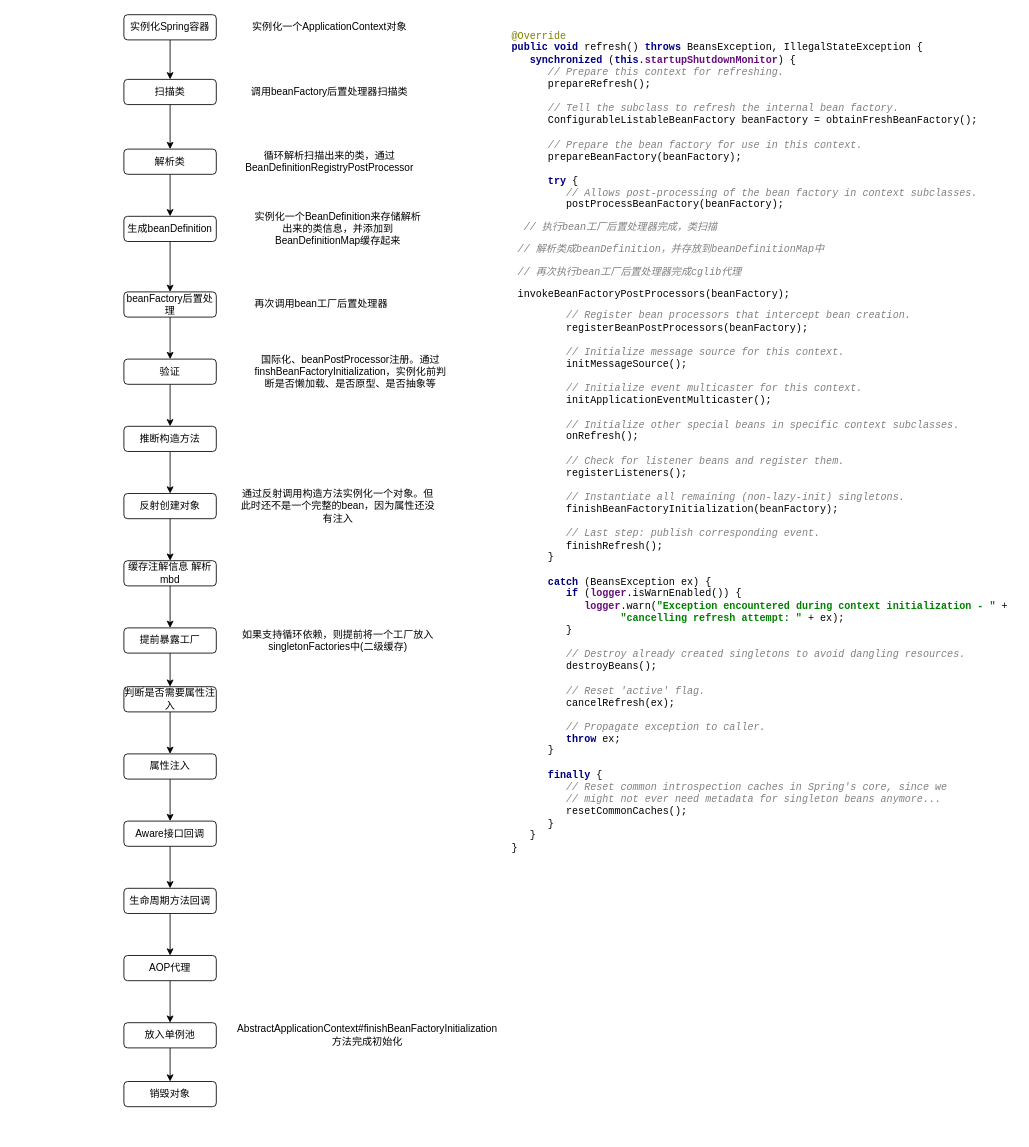
Above: page "循环依赖" (1 of 2) of Spring.drawio in vvhard/draw_io (draw.io), before the change. Source tidied: cells renumbered, new cells numbered last; positions are measured from the earlier drawing's top-left corner, leaving out a move shared by most shapes. Both pictures are drawn from the tidied source at 84%, with x=0, y=0 at pixel (123, 14).
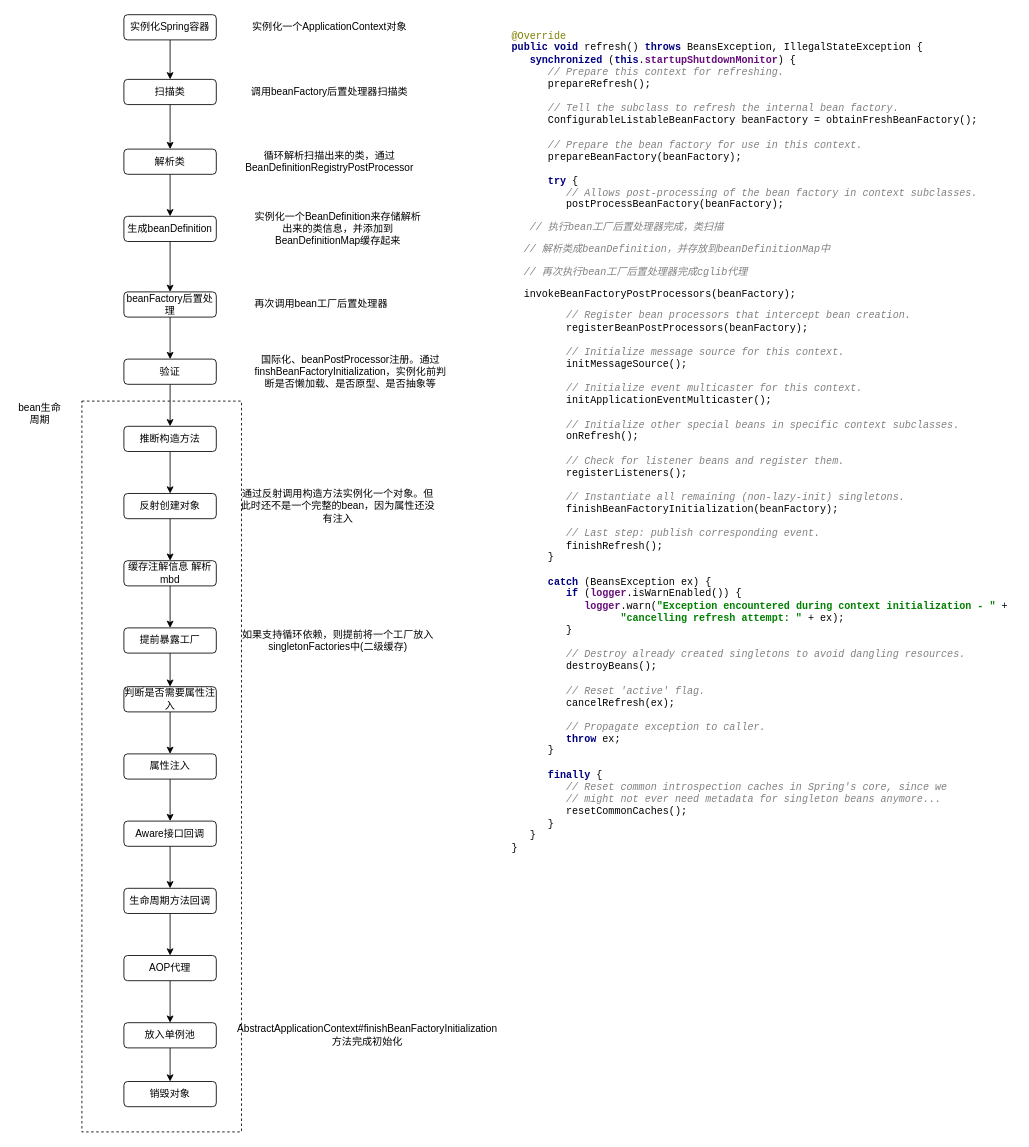
After the change.

Diff of the diagram source:
```diff
@@
+    <mxCell id="45" style="rounded=0;whiteSpace=wrap;html=1;dashed=1;fillColor=none;" parent="1" vertex="1">
+      <mxGeometry x="-50" y="460" width="190" height="870" as="geometry" />
+    </mxCell>
-    <mxCell id="2" value="&lt;pre style=&quot;background-color:#ffffff;color:#000000;font-family:'Courier New';font-size:9.0pt;&quot;&gt;&lt;span style=&quot;color:#808000;&quot;&gt;@Override&lt;br&gt;&lt;/span&gt;&lt;span style=&quot;color:#000080;font-weight:bold;&quot;&gt;public void &lt;/span&gt;refresh() &lt;span style=&quot;color:#000080;font-weight:bold;&quot;&gt;throws &lt;/span&gt;BeansException, IllegalStateException {&lt;br&gt;   &lt;span style=&quot;color:#000080;font-weight:bold;&quot;&gt;synchronized &lt;/span&gt;(&lt;span style=&quot;color:#000080;font-weight:bold;&quot;&gt;this&lt;/span&gt;.&lt;span style=&quot;color:#660e7a;font-weight:bold;&quot;&gt;startupShutdownMonitor&lt;/span&gt;) {&lt;br&gt;      &lt;span style=&quot;color:#808080;font-style:italic;&quot;&gt;// Prepare this context for refreshing.&lt;br&gt;&lt;/span&gt;&lt;span style=&quot;color:#808080;font-style:italic;&quot;&gt;      &lt;/span&gt;prepareRefresh();&lt;br&gt;&lt;br&gt;      &lt;span style=&quot;color:#808080;font-style:italic;&quot;&gt;// Tell the subclass to refresh the internal bean factory.&lt;br&gt;&lt;/span&gt;&lt;span style=&quot;color:#808080;font-style:italic;&quot;&gt;      &lt;/span&gt;ConfigurableListableBeanFactory beanFactory = obtainFreshBeanFactory();&lt;br&gt;&lt;br&gt;      &lt;span style=&quot;color:#808080;font-style:italic;&quot;&gt;// Prepare the bean factory for use in this context.&lt;br&gt;&lt;/span&gt;&lt;span style=&quot;color:#808080;font-style:italic;&quot;&gt;      &lt;/span&gt;prepareBeanFactory(beanFactory);&lt;br&gt;&lt;br&gt;      &lt;span style=&quot;color:#000080;font-weight:bold;&quot;&gt;try &lt;/span&gt;{&lt;br&gt;         &lt;span style=&quot;color:#808080;font-style:italic;&quot;&gt;// Allows post-processing of the bean factory in context subclasses.&lt;br&gt;&lt;/span&gt;&lt;span style=&quot;color:#808080;font-style:italic;&quot;&gt;         &lt;/span&gt;postProcessBeanFactory(beanFactory);&lt;/pre&gt;&lt;pre style=&quot;background-color:#ffffff;color:#000000;font-family:'Courier New';font-size:9.0pt;&quot;&gt;&lt;span style=&quot;color:#808080;font-style:italic;&quot;&gt;&lt;span style=&quot;white-space: pre;&quot;&gt; &lt;/span&gt; // 执行bean工厂后置处理器完成，类扫描&lt;/span&gt;&lt;/pre&gt;&lt;pre style=&quot;background-color:#ffffff;color:#000000;font-family:'Courier New';font-size:9.0pt;&quot;&gt;&lt;span style=&quot;color:#808080;font-style:italic;&quot;&gt;&lt;span style=&quot;white-space: pre;&quot;&gt; &lt;/span&gt;// 解析类成beanDefinition，并存放到beanDefinitionMap中&lt;br&gt;&lt;/span&gt;&lt;/pre&gt;&lt;pre style=&quot;background-color:#ffffff;color:#000000;font-family:'Courier New';font-size:9.0pt;&quot;&gt;&lt;span style=&quot;color:#808080;font-style:italic;&quot;&gt;&lt;span style=&quot;white-space: pre;&quot;&gt; &lt;/span&gt;// 再次执行bean工厂后置处理器完成cglib代理&lt;/span&gt;&lt;/pre&gt;&lt;pre style=&quot;background-color:#ffffff;color:#000000;font-family:'Courier New';font-size:9.0pt;&quot;&gt;&lt;span style=&quot;white-space: pre;&quot;&gt; &lt;/span&gt;invokeBeanFactoryPostProcessors(beanFactory);&lt;/pre&gt;&lt;pre style=&quot;background-color:#ffffff;color:#000000;font-family:'Courier New';font-size:9.0pt;&quot;&gt;         &lt;span style=&quot;color:#808080;font-style:italic;&quot;&gt;// Register bean processors that intercept bean creation.&lt;br&gt;&lt;/span&gt;&lt;span style=&quot;color:#808080;font-style:italic;&quot;&gt;         &lt;/span&gt;registerBeanPostProcessors(beanFactory);&lt;br&gt;&lt;br&gt;         &lt;span style=&quot;color:#808080;font-style:italic;&quot;&gt;// Initialize message source for this context.&lt;br&gt;&lt;/span&gt;&lt;span style=&quot;color:#808080;font-style:italic;&quot;&gt;         &lt;/span&gt;initMessageSource();&lt;br&gt;&lt;br&gt;         &lt;span style=&quot;color:#808080;font-style:italic;&quot;&gt;// Initialize event multicaster for this context.&lt;br&gt;&lt;/span&gt;&lt;span style=&quot;color:#808080;font-style:italic;&quot;&gt;         &lt;/span&gt;initApplicationEventMulticaster();&lt;br&gt;&lt;br&gt;         &lt;span style=&quot;color:#808080;font-style:italic;&quot;&gt;// Initialize other special beans in specific context subclasses.&lt;br&gt;&lt;/span&gt;&lt;span style=&quot;color:#808080;font-style:italic;&quot;&gt;         &lt;/span&gt;onRefresh();&lt;br&gt;&lt;br&gt;         &lt;span style=&quot;color:#808080;font-style:italic;&quot;&gt;// Check for listener beans and register them.&lt;br&gt;&lt;/span&gt;&lt;span style=&quot;color:#808080;font-style:italic;&quot;&gt;         &lt;/span&gt;registerListeners();&lt;br&gt;&lt;br&gt;         &lt;span style=&quot;color:#808080;font-style:italic;&quot;&gt;// Instantiate all remaining (non-lazy-init) singletons.&lt;br&gt;&lt;/span&gt;&lt;span style=&quot;color:#808080;font-style:italic;&quot;&gt;         &lt;/span&gt;finishBeanFactoryInitialization(beanFactory);&lt;br&gt;&lt;br&gt;         &lt;span style=&quot;color:#808080;font-style:italic;&quot;&gt;// Last step: publish corresponding event.&lt;br&gt;&lt;/span&gt;&lt;span style=&quot;color:#808080;font-style:italic;&quot;&gt;         &lt;/span&gt;finishRefresh();&lt;br&gt;      }&lt;br&gt;&lt;br&gt;      &lt;span style=&quot;color:#000080;font-weight:bold;&quot;&gt;catch &lt;/span&gt;(BeansException ex) {&lt;br&gt;         &lt;span style=&quot;color:#000080;font-weight:bold;&quot;&gt;if &lt;/span&gt;(&lt;span style=&quot;color:#660e7a;font-weight:bold;&quot;&gt;logger&lt;/span&gt;.isWarnEnabled()) {&lt;br&gt;            &lt;span style=&quot;color:#660e7a;font-weight:bold;&quot;&gt;logger&lt;/span&gt;.warn(&lt;span style=&quot;color:#008000;font-weight:bold;&quot;&gt;&quot;Exception encountered during context initialization - &quot; &lt;/span&gt;+&lt;br&gt;                  &lt;span style=&quot;color:#008000;font-weight:bold;&quot;&gt;&quot;cancelling refresh attempt: &quot; &lt;/span&gt;+ ex);&lt;br&gt;         }&lt;br&gt;&lt;br&gt;         &lt;span style=&quot;color:#808080;font-style:italic;&quot;&gt;// Destroy already created singletons to avoid dangling resources.&lt;br&gt;&lt;/span&gt;&lt;span style=&quot;color:#808080;font-style:italic;&quot;&gt;         &lt;/span&gt;destroyBeans();&lt;br&gt;&lt;br&gt;         &lt;span style=&quot;color:#808080;font-style:italic;&quot;&gt;// Reset 'active' flag.&lt;br&gt;&lt;/span&gt;&lt;span style=&quot;color:#808080;font-style:italic;&quot;&gt;         &lt;/span&gt;cancelRefresh(ex);&lt;br&gt;&lt;br&gt;         &lt;span style=&quot;color:#808080;font-style:italic;&quot;&gt;// Propagate exception to caller.&lt;br&gt;&lt;/span&gt;&lt;span style=&quot;color:#808080;font-style:italic;&quot;&gt;         &lt;/span&gt;&lt;span style=&quot;color:#000080;font-weight:bold;&quot;&gt;throw &lt;/span&gt;ex;&lt;br&gt;      }&lt;br&gt;&lt;br&gt;      &lt;span style=&quot;color:#000080;font-weight:bold;&quot;&gt;finally &lt;/span&gt;{&lt;br&gt;         &lt;span style=&quot;color:#808080;font-style:italic;&quot;&gt;// Reset common introspection caches in Spring's core, since we&lt;br&gt;&lt;/span&gt;&lt;span style=&quot;color:#808080;font-style:italic;&quot;&gt;         // might not ever need metadata for singleton beans anymore...&lt;br&gt;&lt;/span&gt;&lt;span style=&quot;color:#808080;font-style:italic;&quot;&gt;         &lt;/span&gt;resetCommonCaches();&lt;br&gt;      }&lt;br&gt;   }&lt;br&gt;}&lt;/pre&gt;" style="text;whiteSpace=wrap;html=1;" parent="1" vertex="1">
+    <mxCell id="2" value="&lt;pre style=&quot;background-color:#ffffff;color:#000000;font-family:'Courier New';font-size:9.0pt;&quot;&gt;&lt;span style=&quot;color:#808000;&quot;&gt;@Override&lt;br&gt;&lt;/span&gt;&lt;span style=&quot;color:#000080;font-weight:bold;&quot;&gt;public void &lt;/span&gt;refresh() &lt;span style=&quot;color:#000080;font-weight:bold;&quot;&gt;throws &lt;/span&gt;BeansException, IllegalStateException {&lt;br&gt;   &lt;span style=&quot;color:#000080;font-weight:bold;&quot;&gt;synchronized &lt;/span&gt;(&lt;span style=&quot;color:#000080;font-weight:bold;&quot;&gt;this&lt;/span&gt;.&lt;span style=&quot;color:#660e7a;font-weight:bold;&quot;&gt;startupShutdownMonitor&lt;/span&gt;) {&lt;br&gt;      &lt;span style=&quot;color:#808080;font-style:italic;&quot;&gt;// Prepare this context for refreshing.&lt;br&gt;&lt;/span&gt;&lt;span style=&quot;color:#808080;font-style:italic;&quot;&gt;      &lt;/span&gt;prepareRefresh();&lt;br&gt;&lt;br&gt;      &lt;span style=&quot;color:#808080;font-style:italic;&quot;&gt;// Tell the subclass to refresh the internal bean factory.&lt;br&gt;&lt;/span&gt;&lt;span style=&quot;color:#808080;font-style:italic;&quot;&gt;      &lt;/span&gt;ConfigurableListableBeanFactory beanFactory = obtainFreshBeanFactory();&lt;br&gt;&lt;br&gt;      &lt;span style=&quot;color:#808080;font-style:italic;&quot;&gt;// Prepare the bean factory for use in this context.&lt;br&gt;&lt;/span&gt;&lt;span style=&quot;color:#808080;font-style:italic;&quot;&gt;      &lt;/span&gt;prepareBeanFactory(beanFactory);&lt;br&gt;&lt;br&gt;      &lt;span style=&quot;color:#000080;font-weight:bold;&quot;&gt;try &lt;/span&gt;{&lt;br&gt;         &lt;span style=&quot;color:#808080;font-style:italic;&quot;&gt;// Allows post-processing of the bean factory in context subclasses.&lt;br&gt;&lt;/span&gt;&lt;span style=&quot;color:#808080;font-style:italic;&quot;&gt;         &lt;/span&gt;postProcessBeanFactory(beanFactory);&lt;/pre&gt;&lt;pre style=&quot;background-color:#ffffff;color:#000000;font-family:'Courier New';font-size:9.0pt;&quot;&gt;&lt;span style=&quot;color:#808080;font-style:italic;&quot;&gt;&lt;span style=&quot;white-space: pre;&quot;&gt; &lt;/span&gt; &lt;span style=&quot;white-space: pre;&quot;&gt; &lt;/span&gt;// 执行bean工厂后置处理器完成，类扫描&lt;/span&gt;&lt;/pre&gt;&lt;pre style=&quot;background-color:#ffffff;color:#000000;font-family:'Courier New';font-size:9.0pt;&quot;&gt;&lt;span style=&quot;color:#808080;font-style:italic;&quot;&gt;&lt;span style=&quot;white-space: pre;&quot;&gt; &lt;span style=&quot;white-space: pre;&quot;&gt; &lt;/span&gt;&lt;/span&gt;// 解析类成beanDefinition，并存放到beanDefinitionMap中&lt;br&gt;&lt;/span&gt;&lt;/pre&gt;&lt;pre style=&quot;background-color:#ffffff;color:#000000;font-family:'Courier New';font-size:9.0pt;&quot;&gt;&lt;span style=&quot;color:#808080;font-style:italic;&quot;&gt;&lt;span style=&quot;white-space: pre;&quot;&gt; &lt;span style=&quot;white-space: pre;&quot;&gt; &lt;/span&gt;&lt;/span&gt;// 再次执行bean工厂后置处理器完成cglib代理&lt;/span&gt;&lt;/pre&gt;&lt;pre style=&quot;background-color:#ffffff;color:#000000;font-family:'Courier New';font-size:9.0pt;&quot;&gt;&lt;span style=&quot;white-space: pre;&quot;&gt; &lt;span style=&quot;white-space: pre;&quot;&gt; &lt;/span&gt;&lt;/span&gt;invokeBeanFactoryPostProcessors(beanFactory);&lt;/pre&gt;&lt;pre style=&quot;background-color:#ffffff;color:#000000;font-family:'Courier New';font-size:9.0pt;&quot;&gt;         &lt;span style=&quot;color:#808080;font-style:italic;&quot;&gt;// Register bean processors that intercept bean creation.&lt;br&gt;&lt;/span&gt;&lt;span style=&quot;color:#808080;font-style:italic;&quot;&gt;         &lt;/span&gt;registerBeanPostProcessors(beanFactory);&lt;br&gt;&lt;br&gt;         &lt;span style=&quot;color:#808080;font-style:italic;&quot;&gt;// Initialize message source for this context.&lt;br&gt;&lt;/span&gt;&lt;span style=&quot;color:#808080;font-style:italic;&quot;&gt;         &lt;/span&gt;initMessageSource();&lt;br&gt;&lt;br&gt;         &lt;span style=&quot;color:#808080;font-style:italic;&quot;&gt;// Initialize event multicaster for this context.&lt;br&gt;&lt;/span&gt;&lt;span style=&quot;color:#808080;font-style:italic;&quot;&gt;         &lt;/span&gt;initApplicationEventMulticaster();&lt;br&gt;&lt;br&gt;         &lt;span style=&quot;color:#808080;font-style:italic;&quot;&gt;// Initialize other special beans in specific context subclasses.&lt;br&gt;&lt;/span&gt;&lt;span style=&quot;color:#808080;font-style:italic;&quot;&gt;         &lt;/span&gt;onRefresh();&lt;br&gt;&lt;br&gt;         &lt;span style=&quot;color:#808080;font-style:italic;&quot;&gt;// Check for listener beans and register them.&lt;br&gt;&lt;/span&gt;&lt;span style=&quot;color:#808080;font-style:italic;&quot;&gt;         &lt;/span&gt;registerListeners();&lt;br&gt;&lt;br&gt;         &lt;span style=&quot;color:#808080;font-style:italic;&quot;&gt;// Instantiate all remaining (non-lazy-init) singletons.&lt;br&gt;&lt;/span&gt;&lt;span style=&quot;color:#808080;font-style:italic;&quot;&gt;         &lt;/span&gt;finishBeanFactoryInitialization(beanFactory);&lt;br&gt;&lt;br&gt;         &lt;span style=&quot;color:#808080;font-style:italic;&quot;&gt;// Last step: publish corresponding event.&lt;br&gt;&lt;/span&gt;&lt;span style=&quot;color:#808080;font-style:italic;&quot;&gt;         &lt;/span&gt;finishRefresh();&lt;br&gt;      }&lt;br&gt;&lt;br&gt;      &lt;span style=&quot;color:#000080;font-weight:bold;&quot;&gt;catch &lt;/span&gt;(BeansException ex) {&lt;br&gt;         &lt;span style=&quot;color:#000080;font-weight:bold;&quot;&gt;if &lt;/span&gt;(&lt;span style=&quot;color:#660e7a;font-weight:bold;&quot;&gt;logger&lt;/span&gt;.isWarnEnabled()) {&lt;br&gt;            &lt;span style=&quot;color:#660e7a;font-weight:bold;&quot;&gt;logger&lt;/span&gt;.warn(&lt;span style=&quot;color:#008000;font-weight:bold;&quot;&gt;&quot;Exception encountered during context initialization - &quot; &lt;/span&gt;+&lt;br&gt;                  &lt;span style=&quot;color:#008000;font-weight:bold;&quot;&gt;&quot;cancelling refresh attempt: &quot; &lt;/span&gt;+ ex);&lt;br&gt;         }&lt;br&gt;&lt;br&gt;         &lt;span style=&quot;color:#808080;font-style:italic;&quot;&gt;// Destroy already created singletons to avoid dangling resources.&lt;br&gt;&lt;/span&gt;&lt;span style=&quot;color:#808080;font-style:italic;&quot;&gt;         &lt;/span&gt;destroyBeans();&lt;br&gt;&lt;br&gt;         &lt;span style=&quot;color:#808080;font-style:italic;&quot;&gt;// Reset 'active' flag.&lt;br&gt;&lt;/span&gt;&lt;span style=&quot;color:#808080;font-style:italic;&quot;&gt;         &lt;/span&gt;cancelRefresh(ex);&lt;br&gt;&lt;br&gt;         &lt;span style=&quot;color:#808080;font-style:italic;&quot;&gt;// Propagate exception to caller.&lt;br&gt;&lt;/span&gt;&lt;span style=&quot;color:#808080;font-style:italic;&quot;&gt;         &lt;/span&gt;&lt;span style=&quot;color:#000080;font-weight:bold;&quot;&gt;throw &lt;/span&gt;ex;&lt;br&gt;      }&lt;br&gt;&lt;br&gt;      &lt;span style=&quot;color:#000080;font-weight:bold;&quot;&gt;finally &lt;/span&gt;{&lt;br&gt;         &lt;span style=&quot;color:#808080;font-style:italic;&quot;&gt;// Reset common introspection caches in Spring's core, since we&lt;br&gt;&lt;/span&gt;&lt;span style=&quot;color:#808080;font-style:italic;&quot;&gt;         // might not ever need metadata for singleton beans anymore...&lt;br&gt;&lt;/span&gt;&lt;span style=&quot;color:#808080;font-style:italic;&quot;&gt;         &lt;/span&gt;resetCommonCaches();&lt;br&gt;      }&lt;br&gt;   }&lt;br&gt;}&lt;/pre&gt;" style="text;whiteSpace=wrap;html=1;" parent="1" vertex="1">
       <mxGeometry x="460" width="600" height="950" as="geometry" />
     </mxCell>
@@
+    <mxCell id="46" value="bean生命周期" style="text;html=1;strokeColor=none;fillColor=none;align=center;verticalAlign=middle;whiteSpace=wrap;rounded=0;" parent="1" vertex="1">
+      <mxGeometry x="-130" y="460" width="60" height="30" as="geometry" />
+    </mxCell>
```
